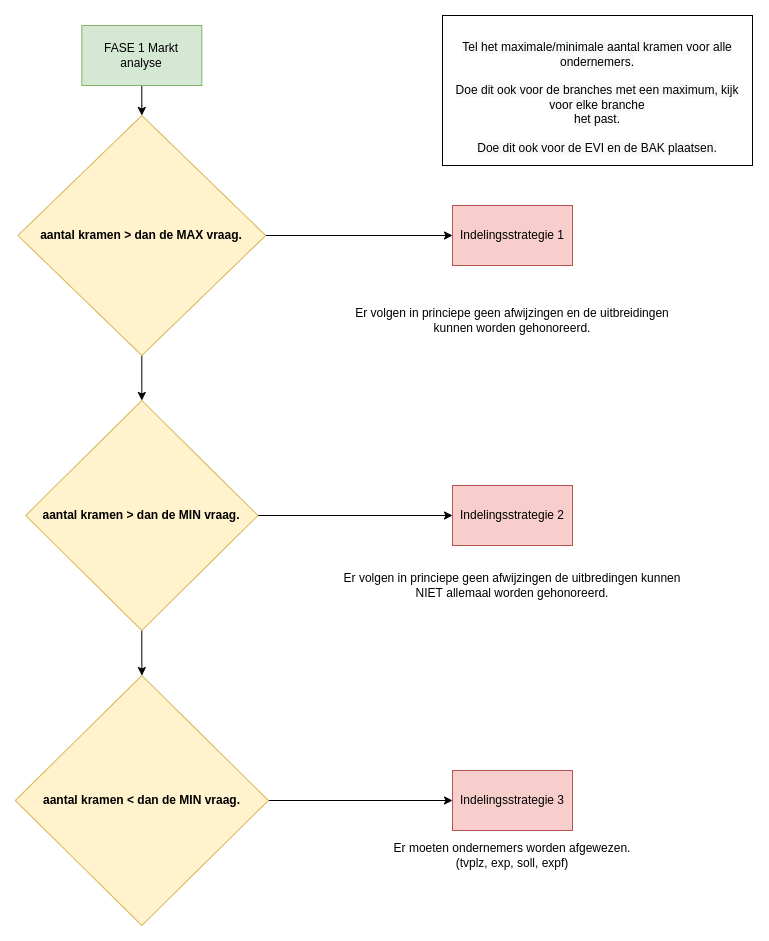
Earlier version of the draw.io export diagrams/fase-1.drawio.png (Amsterdam/makkelijkemarkt-allocation). Source tidied: cells renumbered, new cells last; positions are measured from the earlier drawing's top-left corner, leaving out a move shared by most shapes.
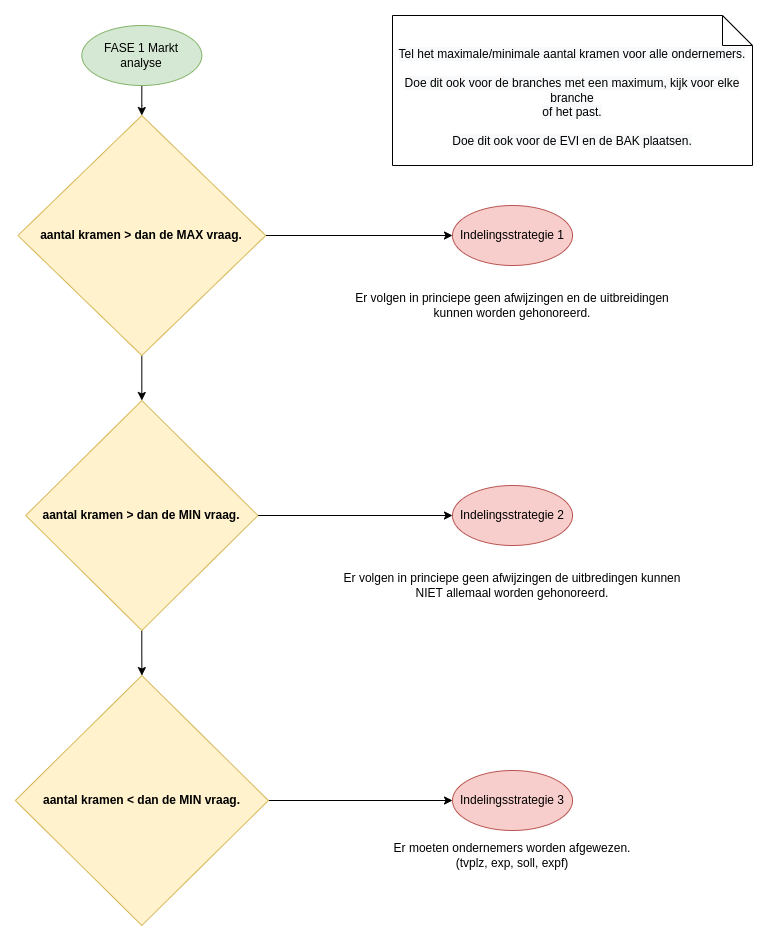
The same file after the commit.

What changed in the source:
```diff
@@ -5,7 +5,7 @@
     <mxCell id="2" style="edgeStyle=orthogonalEdgeStyle;rounded=0;jettySize=auto;html=1;" parent="1" edge="1" source="3" target="6">
       <mxGeometry relative="1" as="geometry" />
     </mxCell>
-    <mxCell id="3" value="FASE 1 Markt analyse" style="rounded=0;whiteSpace=wrap;html=1;fillColor=#d5e8d4;strokeColor=#82b366;" parent="1" vertex="1">
+    <mxCell id="3" value="FASE 1 Markt analyse" style="ellipse;whiteSpace=wrap;html=1;fillColor=#d5e8d4;strokeColor=#82b366;" parent="1" vertex="1">
       <mxGeometry x="66.3" y="10" width="120" height="60" as="geometry" />
     </mxCell>
     <mxCell id="4" style="edgeStyle=orthogonalEdgeStyle;rounded=0;jettySize=auto;html=1;" parent="1" edge="1" source="6" target="7">
@@ -17,7 +17,7 @@
     <mxCell id="6" value="&lt;b&gt;aantal kramen &amp;gt; dan de MAX vraag.&lt;/b&gt;&lt;br&gt;" style="rhombus;whiteSpace=wrap;html=1;rounded=0;fillColor=#fff2cc;strokeColor=#d6b656;" parent="1" vertex="1">
       <mxGeometry x="2.4" y="100" width="247.8" height="240" as="geometry" />
     </mxCell>
-    <mxCell id="7" value="Indelingsstrategie 1" style="whiteSpace=wrap;html=1;rounded=0;fillColor=#f8cecc;strokeColor=#b85450;" parent="1" vertex="1">
+    <mxCell id="7" value="Indelingsstrategie 1" style="whiteSpace=wrap;html=1;ellipse;fillColor=#f8cecc;strokeColor=#b85450;" parent="1" vertex="1">
       <mxGeometry x="437" y="190" width="120" height="60" as="geometry" />
     </mxCell>
     <mxCell id="8" style="edgeStyle=orthogonalEdgeStyle;rounded=0;jettySize=auto;html=1;" parent="1" edge="1" source="10" target="11">
@@ -29,11 +29,11 @@
     <mxCell id="10" value="&lt;b&gt;aantal kramen &amp;gt; dan de MIN vraag.&lt;/b&gt;&lt;br&gt;" style="rhombus;whiteSpace=wrap;html=1;rounded=0;fillColor=#fff2cc;strokeColor=#d6b656;" parent="1" vertex="1">
       <mxGeometry x="10.2" y="385" width="232.2" height="230" as="geometry" />
     </mxCell>
-    <mxCell id="11" value="Indelingsstrategie 2" style="whiteSpace=wrap;html=1;rounded=0;fillColor=#f8cecc;strokeColor=#b85450;" parent="1" vertex="1">
+    <mxCell id="11" value="Indelingsstrategie 2" style="whiteSpace=wrap;html=1;ellipse;fillColor=#f8cecc;strokeColor=#b85450;" parent="1" vertex="1">
       <mxGeometry x="437" y="470" width="120" height="60" as="geometry" />
     </mxCell>
-    <mxCell id="12" value="&lt;br style=&quot;color: rgb(0 , 0 , 0) ; font-family: &amp;#34;helvetica&amp;#34; ; font-size: 12px ; font-style: normal ; font-weight: 400 ; letter-spacing: normal ; text-align: center ; text-indent: 0px ; text-transform: none ; word-spacing: 0px ; background-color: rgb(248 , 249 , 250)&quot;&gt;&lt;span style=&quot;color: rgb(0 , 0 , 0) ; font-family: &amp;#34;helvetica&amp;#34; ; font-size: 12px ; font-style: normal ; font-weight: 400 ; letter-spacing: normal ; text-align: center ; text-indent: 0px ; text-transform: none ; word-spacing: 0px ; background-color: rgb(248 , 249 , 250) ; display: inline ; float: none&quot;&gt;Tel het maximale/minimale aantal kramen voor alle ondernemers.&lt;/span&gt;&lt;br style=&quot;color: rgb(0 , 0 , 0) ; font-family: &amp;#34;helvetica&amp;#34; ; font-size: 12px ; font-style: normal ; font-weight: 400 ; letter-spacing: normal ; text-align: center ; text-indent: 0px ; text-transform: none ; word-spacing: 0px ; background-color: rgb(248 , 249 , 250)&quot;&gt;&lt;br style=&quot;color: rgb(0 , 0 , 0) ; font-family: &amp;#34;helvetica&amp;#34; ; font-size: 12px ; font-style: normal ; font-weight: 400 ; letter-spacing: normal ; text-align: center ; text-indent: 0px ; text-transform: none ; word-spacing: 0px ; background-color: rgb(248 , 249 , 250)&quot;&gt;&lt;span style=&quot;color: rgb(0 , 0 , 0) ; font-family: &amp;#34;helvetica&amp;#34; ; font-size: 12px ; font-style: normal ; font-weight: 400 ; letter-spacing: normal ; text-align: center ; text-indent: 0px ; text-transform: none ; word-spacing: 0px ; background-color: rgb(248 , 249 , 250) ; display: inline ; float: none&quot;&gt;Doe dit ook voor de branches met een maximum, kijk voor elke branche&lt;/span&gt;&lt;br style=&quot;color: rgb(0 , 0 , 0) ; font-family: &amp;#34;helvetica&amp;#34; ; font-size: 12px ; font-style: normal ; font-weight: 400 ; letter-spacing: normal ; text-align: center ; text-indent: 0px ; text-transform: none ; word-spacing: 0px ; background-color: rgb(248 , 249 , 250)&quot;&gt;&lt;span style=&quot;color: rgb(0 , 0 , 0) ; font-family: &amp;#34;helvetica&amp;#34; ; font-size: 12px ; font-style: normal ; font-weight: 400 ; letter-spacing: normal ; text-align: center ; text-indent: 0px ; text-transform: none ; word-spacing: 0px ; background-color: rgb(248 , 249 , 250) ; display: inline ; float: none&quot;&gt;het past.&lt;/span&gt;&lt;br style=&quot;color: rgb(0 , 0 , 0) ; font-family: &amp;#34;helvetica&amp;#34; ; font-size: 12px ; font-style: normal ; font-weight: 400 ; letter-spacing: normal ; text-align: center ; text-indent: 0px ; text-transform: none ; word-spacing: 0px ; background-color: rgb(248 , 249 , 250)&quot;&gt;&lt;br style=&quot;color: rgb(0 , 0 , 0) ; font-family: &amp;#34;helvetica&amp;#34; ; font-size: 12px ; font-style: normal ; font-weight: 400 ; letter-spacing: normal ; text-align: center ; text-indent: 0px ; text-transform: none ; word-spacing: 0px ; background-color: rgb(248 , 249 , 250)&quot;&gt;&lt;span style=&quot;color: rgb(0 , 0 , 0) ; font-family: &amp;#34;helvetica&amp;#34; ; font-size: 12px ; font-style: normal ; font-weight: 400 ; letter-spacing: normal ; text-align: center ; text-indent: 0px ; text-transform: none ; word-spacing: 0px ; background-color: rgb(248 , 249 , 250) ; display: inline ; float: none&quot;&gt;Doe dit ook voor de EVI en de BAK plaatsen.&lt;/span&gt;" style="whiteSpace=wrap;html=1;" parent="1" vertex="1">
-      <mxGeometry x="427" width="310" height="150" as="geometry" />
+    <mxCell id="12" value="&lt;br style=&quot;color: rgb(0 , 0 , 0) ; font-family: &amp;#34;helvetica&amp;#34; ; font-size: 12px ; font-style: normal ; font-weight: 400 ; letter-spacing: normal ; text-align: center ; text-indent: 0px ; text-transform: none ; word-spacing: 0px ; background-color: rgb(248 , 249 , 250)&quot;&gt;&lt;span style=&quot;color: rgb(0 , 0 , 0) ; font-family: &amp;#34;helvetica&amp;#34; ; font-size: 12px ; font-style: normal ; font-weight: 400 ; letter-spacing: normal ; text-align: center ; text-indent: 0px ; text-transform: none ; word-spacing: 0px ; background-color: rgb(248 , 249 , 250) ; display: inline ; float: none&quot;&gt;Tel het maximale/minimale aantal kramen voor alle ondernemers.&lt;/span&gt;&lt;br style=&quot;color: rgb(0 , 0 , 0) ; font-family: &amp;#34;helvetica&amp;#34; ; font-size: 12px ; font-style: normal ; font-weight: 400 ; letter-spacing: normal ; text-align: center ; text-indent: 0px ; text-transform: none ; word-spacing: 0px ; background-color: rgb(248 , 249 , 250)&quot;&gt;&lt;br style=&quot;color: rgb(0 , 0 , 0) ; font-family: &amp;#34;helvetica&amp;#34; ; font-size: 12px ; font-style: normal ; font-weight: 400 ; letter-spacing: normal ; text-align: center ; text-indent: 0px ; text-transform: none ; word-spacing: 0px ; background-color: rgb(248 , 249 , 250)&quot;&gt;&lt;span style=&quot;color: rgb(0 , 0 , 0) ; font-family: &amp;#34;helvetica&amp;#34; ; font-size: 12px ; font-style: normal ; font-weight: 400 ; letter-spacing: normal ; text-align: center ; text-indent: 0px ; text-transform: none ; word-spacing: 0px ; background-color: rgb(248 , 249 , 250) ; display: inline ; float: none&quot;&gt;Doe dit ook voor de branches met een maximum, kijk voor elke branche&lt;/span&gt;&lt;br style=&quot;color: rgb(0 , 0 , 0) ; font-family: &amp;#34;helvetica&amp;#34; ; font-size: 12px ; font-style: normal ; font-weight: 400 ; letter-spacing: normal ; text-align: center ; text-indent: 0px ; text-transform: none ; word-spacing: 0px ; background-color: rgb(248 , 249 , 250)&quot;&gt;&lt;span style=&quot;color: rgb(0 , 0 , 0) ; font-family: &amp;#34;helvetica&amp;#34; ; font-size: 12px ; font-style: normal ; font-weight: 400 ; letter-spacing: normal ; text-align: center ; text-indent: 0px ; text-transform: none ; word-spacing: 0px ; background-color: rgb(248 , 249 , 250) ; display: inline ; float: none&quot;&gt;of het past.&lt;/span&gt;&lt;br style=&quot;color: rgb(0 , 0 , 0) ; font-family: &amp;#34;helvetica&amp;#34; ; font-size: 12px ; font-style: normal ; font-weight: 400 ; letter-spacing: normal ; text-align: center ; text-indent: 0px ; text-transform: none ; word-spacing: 0px ; background-color: rgb(248 , 249 , 250)&quot;&gt;&lt;br style=&quot;color: rgb(0 , 0 , 0) ; font-family: &amp;#34;helvetica&amp;#34; ; font-size: 12px ; font-style: normal ; font-weight: 400 ; letter-spacing: normal ; text-align: center ; text-indent: 0px ; text-transform: none ; word-spacing: 0px ; background-color: rgb(248 , 249 , 250)&quot;&gt;&lt;span style=&quot;color: rgb(0 , 0 , 0) ; font-family: &amp;#34;helvetica&amp;#34; ; font-size: 12px ; font-style: normal ; font-weight: 400 ; letter-spacing: normal ; text-align: center ; text-indent: 0px ; text-transform: none ; word-spacing: 0px ; background-color: rgb(248 , 249 , 250) ; display: inline ; float: none&quot;&gt;Doe dit ook voor de EVI en de BAK plaatsen.&lt;/span&gt;" style="shape=note;whiteSpace=wrap;html=1;" parent="1" vertex="1">
+      <mxGeometry x="377" width="360" height="150" as="geometry" />
     </mxCell>
     <mxCell id="13" style="edgeStyle=orthogonalEdgeStyle;rounded=0;jettySize=auto;html=1;" parent="1" edge="1" source="14" target="15">
       <mxGeometry relative="1" as="geometry" />
@@ -41,11 +41,11 @@
     <mxCell id="14" value="&lt;b&gt;aantal kramen &amp;lt; dan de MIN vraag.&lt;/b&gt;" style="rhombus;whiteSpace=wrap;html=1;rounded=0;fillColor=#fff2cc;strokeColor=#d6b656;" parent="1" vertex="1">
       <mxGeometry x="-0.2" y="660" width="253.1" height="250" as="geometry" />
     </mxCell>
-    <mxCell id="15" value="Indelingsstrategie 3" style="whiteSpace=wrap;html=1;rounded=0;fillColor=#f8cecc;strokeColor=#b85450;" parent="1" vertex="1">
+    <mxCell id="15" value="Indelingsstrategie 3" style="whiteSpace=wrap;html=1;ellipse;fillColor=#f8cecc;strokeColor=#b85450;" parent="1" vertex="1">
       <mxGeometry x="437" y="755" width="120" height="60" as="geometry" />
     </mxCell>
     <mxCell id="16" value="Er volgen in princiepe geen afwijzingen en de uitbreidingen kunnen worden gehonoreerd." style="text;html=1;strokeColor=none;fillColor=none;align=center;verticalAlign=middle;whiteSpace=wrap;rounded=0;" parent="1" vertex="1">
-      <mxGeometry x="327" y="265" width="340" height="80" as="geometry" />
+      <mxGeometry x="327" y="250" width="340" height="80" as="geometry" />
     </mxCell>
     <mxCell id="17" value="Er volgen in princiepe geen afwijzingen de uitbredingen kunnen NIET allemaal worden gehonoreerd." style="text;html=1;strokeColor=none;fillColor=none;align=center;verticalAlign=middle;whiteSpace=wrap;rounded=0;" parent="1" vertex="1">
       <mxGeometry x="327" y="530" width="340" height="80" as="geometry" />
```
